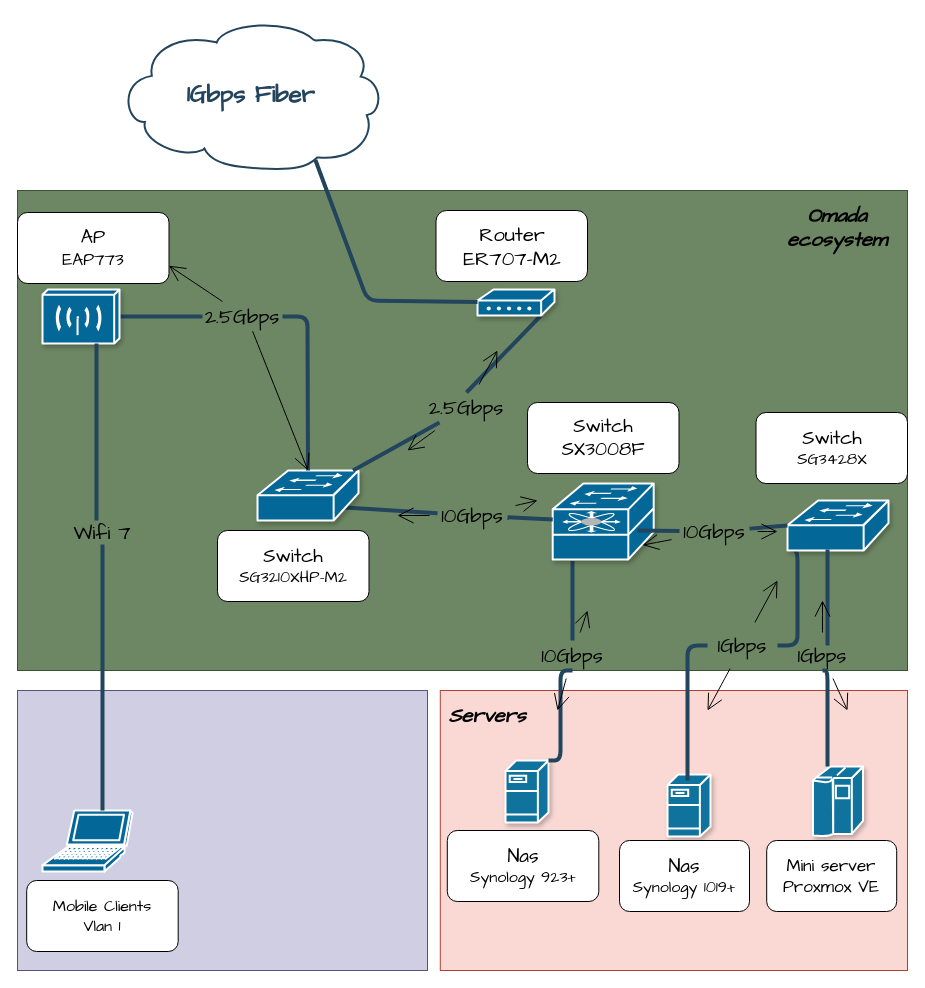
Before: Homelab.drawio in TimJvandenBerg/homelab, a draw.io diagram. Source tidied: cells renumbered, new cells numbered last; positions are measured from the earlier drawing's top-left corner, leaving out a move shared by most shapes. Both pictures are drawn from the tidied source at 100%, with x=0, y=0 at pixel (17, 18).
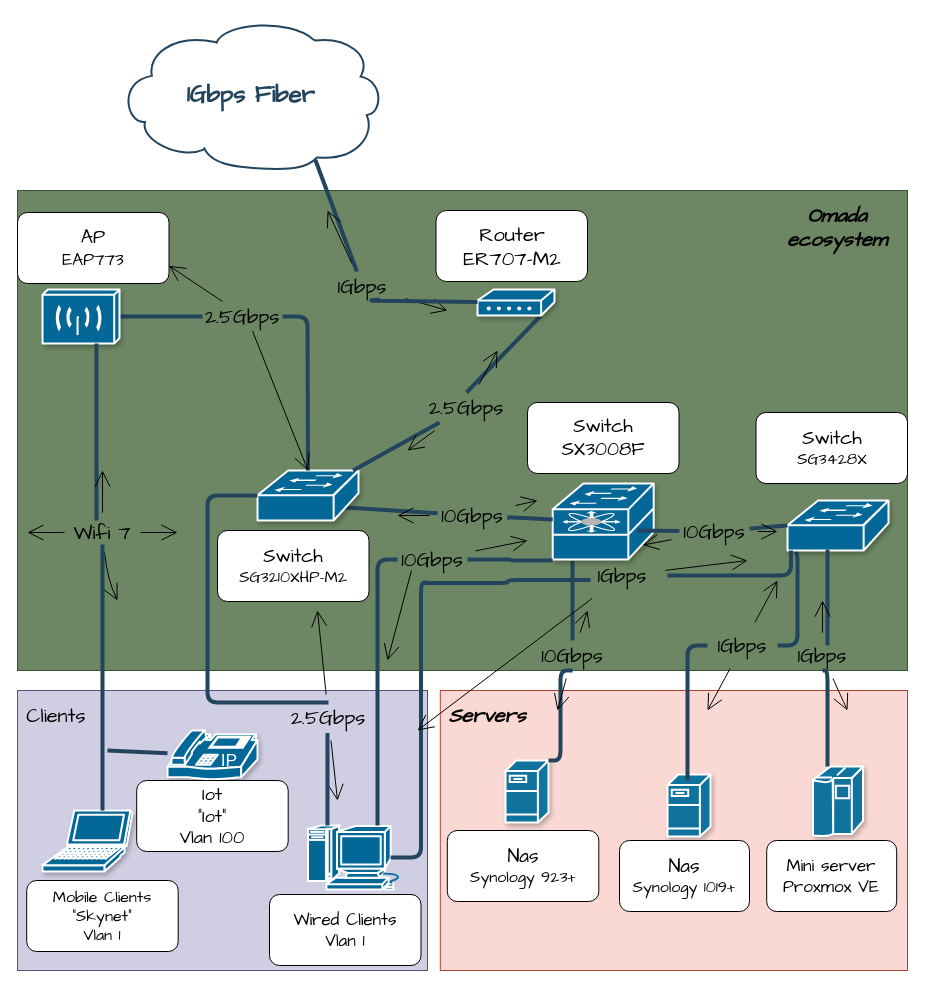
After the change.

Unchanged cells that the change refers to:
```xml
<mxCell id="7" value="&lt;div&gt;&lt;font face=&quot;Architects Daughter&quot;&gt;1Gbps Fiber&lt;/font&gt;&lt;/div&gt;" style="shape=mxgraph.cisco.storage.cloud;html=1;dashed=0;strokeColor=#23445D;fillColor=#ffffff;strokeWidth=2;fontFamily=Helvetica;fontSize=24;fontColor=#23445D;align=center;fontStyle=1;" parent="1" vertex="1">
  <mxGeometry x="100" width="266" height="151" as="geometry" />
</mxCell>
<mxCell id="14" style="shape=mxgraph.cisco.modems_and_phones.modem;sketch=0;html=1;dashed=0;fillColor=#036897;strokeColor=#ffffff;strokeWidth=2;verticalLabelPosition=bottom;verticalAlign=top;align=center;outlineConnect=0;fontFamily=Architects Daughter;shadow=1;" parent="1" vertex="1">
  <mxGeometry x="460" y="271" width="77" height="26" as="geometry" />
</mxCell>
<mxCell id="17" style="shape=mxgraph.cisco.switches.fibre_channel_fabric_switch;html=1;dashed=0;fillColor=#036897;strokeColor=#ffffff;strokeWidth=2;verticalLabelPosition=bottom;verticalAlign=top;align=center;outlineConnect=0;fontFamily=Architects Daughter;shadow=1;" parent="1" vertex="1">
  <mxGeometry x="535.2" y="465" width="101" height="77" as="geometry" />
</mxCell>
<mxCell id="19" style="shape=mxgraph.cisco.switches.workgroup_switch;sketch=0;html=1;dashed=0;fillColor=#036897;strokeColor=#ffffff;strokeWidth=2;verticalLabelPosition=bottom;verticalAlign=top;align=center;outlineConnect=0;fontFamily=Architects Daughter;shadow=1;" parent="1" vertex="1">
  <mxGeometry x="240" y="452" width="101" height="50" as="geometry" />
</mxCell>
<mxCell id="36" style="shape=mxgraph.cisco.switches.workgroup_switch;sketch=0;html=1;dashed=0;fillColor=#036897;strokeColor=#ffffff;strokeWidth=2;verticalLabelPosition=bottom;verticalAlign=top;align=center;outlineConnect=0;fontFamily=Architects Daughter;shadow=1;" parent="1" vertex="1">
  <mxGeometry x="770" y="482" width="101" height="50" as="geometry" />
</mxCell>
<mxCell id="63" value="&lt;div&gt;Wifi 7&lt;/div&gt;" style="text;strokeColor=none;fillColor=none;html=1;align=center;verticalAlign=middle;whiteSpace=wrap;rounded=0;fontSize=20;fontFamily=Architects Daughter;" parent="1" vertex="1">
  <mxGeometry x="55" y="502" width="60" height="24" as="geometry" />
</mxCell>
```

What changed in the source:
```diff
@@
-    <mxCell id="16" style="elbow=horizontal;endArrow=none;html=1;strokeColor=#23445D;endFill=0;strokeWidth=4;rounded=1;entryX=0.744;entryY=0.937;entryDx=0;entryDy=0;entryPerimeter=0;" parent="1" edge="1" source="14" target="7">
-      <mxGeometry relative="1" as="geometry">
-        <Array as="points">
-          <mxPoint x="350" y="282" />
-        </Array>
-      </mxGeometry>
+    <mxCell id="16" style="elbow=horizontal;endArrow=none;html=1;strokeColor=#23445D;endFill=0;strokeWidth=4;rounded=1;entryX=0.744;entryY=0.937;entryDx=0;entryDy=0;entryPerimeter=0;" parent="1" edge="1" source="90" target="7">
+      <mxGeometry relative="1" as="geometry" />
     </mxCell>
@@
-    <mxCell id="60" style="shape=mxgraph.cisco.computers_and_peripherals.laptop;sketch=0;html=1;dashed=0;fillColor=#036897;strokeColor=#ffffff;strokeWidth=2;verticalLabelPosition=bottom;verticalAlign=top;align=center;outlineConnect=0;fontFamily=Architects Daughter;" parent="1" vertex="1">
+    <mxCell id="60" style="shape=mxgraph.cisco.computers_and_peripherals.laptop;sketch=0;html=1;dashed=0;fillColor=#036897;strokeColor=#ffffff;strokeWidth=2;verticalLabelPosition=bottom;verticalAlign=top;align=center;outlineConnect=0;fontFamily=Architects Daughter;shadow=1;" parent="1" vertex="1">
       <mxGeometry x="25" y="792" width="90" height="61" as="geometry" />
     </mxCell>
@@
+    <mxCell id="66" style="edgeStyle=none;curved=1;rounded=0;jettySize=auto;html=1;fontFamily=Architects Daughter;fontSize=16;startSize=14;endArrow=open;endSize=14;sourcePerimeterSpacing=8;targetPerimeterSpacing=8;" parent="1" edge="1" source="63">
+      <mxGeometry relative="1" as="geometry">
+        <mxPoint x="100" y="582" as="targetPoint" />
+        <Array as="points">
+          <mxPoint x="90" y="562" />
+        </Array>
+      </mxGeometry>
+    </mxCell>
+    <mxCell id="67" style="edgeStyle=none;curved=1;rounded=0;jettySize=auto;html=1;fontFamily=Architects Daughter;fontSize=16;startSize=14;endArrow=open;endSize=14;sourcePerimeterSpacing=8;targetPerimeterSpacing=8;" parent="1" edge="1" source="63">
+      <mxGeometry relative="1" as="geometry">
+        <mxPoint x="160" y="514" as="targetPoint" />
+      </mxGeometry>
+    </mxCell>
+    <mxCell id="68" style="edgeStyle=none;curved=1;rounded=0;jettySize=auto;html=1;fontFamily=Architects Daughter;fontSize=16;startSize=14;endArrow=open;endSize=14;sourcePerimeterSpacing=8;targetPerimeterSpacing=8;" parent="1" edge="1" source="63">
+      <mxGeometry relative="1" as="geometry">
+        <mxPoint x="85" y="452" as="targetPoint" />
+      </mxGeometry>
+    </mxCell>
+    <mxCell id="69" style="edgeStyle=none;curved=1;rounded=0;jettySize=auto;html=1;fontFamily=Architects Daughter;fontSize=16;startSize=14;endArrow=open;endSize=14;sourcePerimeterSpacing=8;targetPerimeterSpacing=8;" parent="1" edge="1" source="63">
+      <mxGeometry relative="1" as="geometry">
+        <mxPoint x="10" y="514" as="targetPoint" />
+      </mxGeometry>
+    </mxCell>
@@
-    <mxCell id="65" value="&lt;div&gt;&lt;font style=&quot;font-size: 16px;&quot;&gt;Mobile Clients&lt;/font&gt;&lt;/div&gt;&lt;div&gt;&lt;font style=&quot;font-size: 16px;&quot;&gt;Vlan 1&lt;/font&gt;&lt;/div&gt;" style="rounded=1;whiteSpace=wrap;html=1;fontFamily=Architects Daughter;arcSize=14;" parent="1" vertex="1">
+    <mxCell id="65" value="&lt;div&gt;&lt;font style=&quot;font-size: 16px;&quot;&gt;Mobile Clients&lt;/font&gt;&lt;/div&gt;&lt;div&gt;&lt;font style=&quot;font-size: 16px;&quot;&gt;&quot;Skynet&quot;&lt;/font&gt;&lt;/div&gt;&lt;div&gt;&lt;font style=&quot;font-size: 16px;&quot;&gt;Vlan 1&lt;/font&gt;&lt;/div&gt;" style="rounded=1;whiteSpace=wrap;html=1;fontFamily=Architects Daughter;arcSize=14;" parent="1" vertex="1">
       <mxGeometry x="9.2" y="862" width="151.5" height="71" as="geometry" />
     </mxCell>
+    <mxCell id="70" style="shape=mxgraph.cisco.modems_and_phones.ip_phone;sketch=0;html=1;dashed=0;fillColor=#036897;strokeColor=#ffffff;strokeWidth=2;verticalLabelPosition=bottom;verticalAlign=top;align=center;outlineConnect=0;fontFamily=Architects Daughter;shadow=1;" parent="1" vertex="1">
+      <mxGeometry x="150" y="712" width="90" height="50" as="geometry" />
+    </mxCell>
+    <mxCell id="71" style="elbow=horizontal;endArrow=none;html=1;strokeColor=#23445D;endFill=0;strokeWidth=4;rounded=1;" parent="1" edge="1" source="70">
+      <mxGeometry relative="1" as="geometry">
+        <mxPoint x="90" y="732" as="targetPoint" />
+      </mxGeometry>
+    </mxCell>
+    <mxCell id="72" value="&lt;div&gt;&lt;font style=&quot;font-size: 18px;&quot;&gt;Iot&lt;/font&gt;&lt;/div&gt;&lt;div&gt;&lt;font style=&quot;font-size: 18px;&quot;&gt;&quot;Iot&quot;&lt;/font&gt;&lt;/div&gt;&lt;div&gt;&lt;font style=&quot;font-size: 18px;&quot;&gt;Vlan 100&lt;/font&gt;&lt;/div&gt;" style="rounded=1;whiteSpace=wrap;html=1;fontFamily=Architects Daughter;arcSize=14;" parent="1" vertex="1">
+      <mxGeometry x="119.2" y="762" width="151.5" height="71" as="geometry" />
+    </mxCell>
+    <mxCell id="73" style="shape=mxgraph.cisco.computers_and_peripherals.macintosh;sketch=0;html=1;dashed=0;fillColor=#036897;strokeColor=#ffffff;strokeWidth=2;verticalLabelPosition=bottom;verticalAlign=top;align=center;outlineConnect=0;fontFamily=Architects Daughter;" parent="1" vertex="1">
+      <mxGeometry x="290" y="807" width="99" height="64" as="geometry" />
+    </mxCell>
+    <mxCell id="74" value="&lt;div&gt;&lt;font style=&quot;font-size: 17px;&quot;&gt;Wired Clients&lt;/font&gt;&lt;/div&gt;&lt;div&gt;&lt;font style=&quot;font-size: 17px;&quot;&gt;Vlan 1&lt;/font&gt;&lt;/div&gt;" style="rounded=1;whiteSpace=wrap;html=1;fontFamily=Architects Daughter;arcSize=14;" parent="1" vertex="1">
+      <mxGeometry x="252" y="876" width="151.5" height="71" as="geometry" />
+    </mxCell>
+    <mxCell id="75" value="&lt;div&gt;Clients&lt;/div&gt;" style="text;strokeColor=none;fillColor=none;html=1;align=center;verticalAlign=middle;whiteSpace=wrap;rounded=0;fontSize=20;fontFamily=Architects Daughter;" parent="1" vertex="1">
+      <mxGeometry x="9.2" y="682" width="60" height="30" as="geometry" />
+    </mxCell>
+    <mxCell id="76" style="edgeStyle=elbowEdgeStyle;elbow=horizontal;endArrow=none;html=1;strokeColor=#23445D;endFill=0;strokeWidth=4;rounded=1;exitX=0;exitY=0.75;exitDx=0;exitDy=0;" parent="1" edge="1">
+      <mxGeometry relative="1" as="geometry">
+        <mxPoint x="573" y="561.5" as="sourcePoint" />
+        <mxPoint x="406.5" y="564.5" as="targetPoint" />
+      </mxGeometry>
+    </mxCell>
+    <mxCell id="77" style="edgeStyle=elbowEdgeStyle;elbow=horizontal;endArrow=none;html=1;strokeColor=#23445D;endFill=0;strokeWidth=4;rounded=1;exitX=0.84;exitY=0.5;exitDx=0;exitDy=0;exitPerimeter=0;" parent="1" edge="1" source="73">
+      <mxGeometry relative="1" as="geometry">
+        <mxPoint x="410" y="564" as="targetPoint" />
+        <Array as="points">
+          <mxPoint x="403.5" y="770" />
+        </Array>
+      </mxGeometry>
+    </mxCell>
+    <mxCell id="78" style="edgeStyle=none;curved=1;rounded=0;jettySize=auto;html=1;fontFamily=Architects Daughter;fontSize=16;startSize=14;endArrow=open;endSize=14;sourcePerimeterSpacing=8;targetPerimeterSpacing=8;" parent="1" edge="1" source="84">
+      <mxGeometry relative="1" as="geometry">
+        <mxPoint x="400" y="712" as="targetPoint" />
+      </mxGeometry>
+    </mxCell>
+    <mxCell id="79" style="edgeStyle=elbowEdgeStyle;elbow=horizontal;endArrow=none;html=1;strokeColor=#23445D;endFill=0;strokeWidth=4;rounded=1;exitX=0;exitY=0.5;exitDx=0;exitDy=0;" parent="1" edge="1" source="86" target="73">
+      <mxGeometry relative="1" as="geometry">
+        <Array as="points">
+          <mxPoint x="360" y="662" />
+        </Array>
+      </mxGeometry>
+    </mxCell>
+    <mxCell id="80" style="edgeStyle=none;curved=1;rounded=0;jettySize=auto;html=1;fontFamily=Architects Daughter;fontSize=16;startSize=14;endArrow=open;endSize=14;sourcePerimeterSpacing=8;targetPerimeterSpacing=8;" parent="1" edge="1" source="84">
+      <mxGeometry relative="1" as="geometry">
+        <mxPoint x="730" y="542" as="targetPoint" />
+      </mxGeometry>
+    </mxCell>
+    <mxCell id="81" style="edgeStyle=none;curved=1;rounded=0;jettySize=auto;html=1;fontFamily=Architects Daughter;fontSize=16;startSize=14;endArrow=open;endSize=14;sourcePerimeterSpacing=8;targetPerimeterSpacing=8;" parent="1" edge="1" source="86">
+      <mxGeometry relative="1" as="geometry">
+        <mxPoint x="510" y="522" as="targetPoint" />
+        <Array as="points">
+          <mxPoint x="460" y="532" />
+        </Array>
+      </mxGeometry>
+    </mxCell>
+    <mxCell id="82" style="edgeStyle=none;curved=1;rounded=0;orthogonalLoop=1;jettySize=auto;html=1;fontFamily=Architects Daughter;fontSize=16;startSize=14;endArrow=open;endSize=14;sourcePerimeterSpacing=8;targetPerimeterSpacing=8;" parent="1" edge="1">
+      <mxGeometry relative="1" as="geometry">
+        <mxPoint x="394" y="552" as="sourcePoint" />
+        <mxPoint x="370" y="642" as="targetPoint" />
+      </mxGeometry>
+    </mxCell>
+    <mxCell id="83" style="edgeStyle=elbowEdgeStyle;elbow=horizontal;endArrow=none;html=1;strokeColor=#23445D;endFill=0;strokeWidth=4;rounded=1;" parent="1" edge="1" source="36">
+      <mxGeometry relative="1" as="geometry">
+        <mxPoint x="650" y="557" as="targetPoint" />
+        <Array as="points">
+          <mxPoint x="773.5" y="582.5" />
+        </Array>
+      </mxGeometry>
+    </mxCell>
+    <mxCell id="84" value="&lt;div&gt;1Gbps&lt;/div&gt;" style="text;strokeColor=none;fillColor=none;html=1;align=center;verticalAlign=middle;whiteSpace=wrap;rounded=0;fontSize=20;fontFamily=Architects Daughter;" parent="1" vertex="1">
+      <mxGeometry x="570" y="542" width="70" height="30" as="geometry" />
+    </mxCell>
+    <mxCell id="85" style="edgeStyle=elbowEdgeStyle;elbow=horizontal;endArrow=none;html=1;strokeColor=#23445D;endFill=0;strokeWidth=4;rounded=1;exitX=0;exitY=1;exitDx=0;exitDy=0;exitPerimeter=0;" parent="1" edge="1" source="17" target="86">
+      <mxGeometry relative="1" as="geometry" />
+    </mxCell>
+    <mxCell id="86" value="&lt;div&gt;10Gbps&lt;/div&gt;" style="text;strokeColor=none;fillColor=none;html=1;align=center;verticalAlign=middle;whiteSpace=wrap;rounded=0;fontSize=20;fontFamily=Architects Daughter;" parent="1" vertex="1">
+      <mxGeometry x="380" y="526" width="70" height="30" as="geometry" />
+    </mxCell>
+    <mxCell id="87" style="edgeStyle=none;curved=1;rounded=0;jettySize=auto;html=1;fontFamily=Architects Daughter;fontSize=16;startSize=14;endArrow=open;endSize=14;sourcePerimeterSpacing=8;targetPerimeterSpacing=8;" parent="1" edge="1" source="90">
+      <mxGeometry relative="1" as="geometry">
+        <mxPoint x="310" y="192" as="targetPoint" />
+      </mxGeometry>
+    </mxCell>
+    <mxCell id="88" style="edgeStyle=none;curved=1;rounded=0;jettySize=auto;html=1;fontFamily=Architects Daughter;fontSize=16;startSize=14;endArrow=open;endSize=14;sourcePerimeterSpacing=8;targetPerimeterSpacing=8;" parent="1" edge="1" source="90">
+      <mxGeometry relative="1" as="geometry">
+        <mxPoint x="430" y="292" as="targetPoint" />
+      </mxGeometry>
+    </mxCell>
+    <mxCell id="89" style="elbow=horizontal;endArrow=none;html=1;strokeColor=#23445D;endFill=0;strokeWidth=4;rounded=1;entryX=0.744;entryY=0.937;entryDx=0;entryDy=0;entryPerimeter=0;" parent="1" edge="1" source="14" target="90">
+      <mxGeometry relative="1" as="geometry">
+        <Array as="points">
+          <mxPoint x="350" y="282" />
+        </Array>
+      </mxGeometry>
+    </mxCell>
+    <mxCell id="90" value="&lt;div&gt;1Gbps&lt;/div&gt;" style="text;strokeColor=none;fillColor=none;html=1;align=center;verticalAlign=middle;whiteSpace=wrap;rounded=0;fontSize=20;fontFamily=Architects Daughter;" parent="1" vertex="1">
+      <mxGeometry x="310" y="253" width="70" height="30" as="geometry" />
+    </mxCell>
+    <mxCell id="91" style="edgeStyle=elbowEdgeStyle;elbow=horizontal;endArrow=none;html=1;strokeColor=#23445D;endFill=0;strokeWidth=4;rounded=1;exitX=0.5;exitY=0;exitDx=0;exitDy=0;" parent="1" edge="1" source="94" target="19">
+      <mxGeometry relative="1" as="geometry">
+        <Array as="points">
+          <mxPoint x="190" y="552" />
+        </Array>
+      </mxGeometry>
+    </mxCell>
+    <mxCell id="92" style="edgeStyle=none;curved=1;rounded=0;jettySize=auto;html=1;fontFamily=Architects Daughter;fontSize=16;startSize=14;endArrow=open;endSize=14;sourcePerimeterSpacing=8;targetPerimeterSpacing=8;" parent="1" edge="1" source="94">
+      <mxGeometry relative="1" as="geometry">
+        <mxPoint x="320" y="782" as="targetPoint" />
+      </mxGeometry>
+    </mxCell>
+    <mxCell id="93" style="edgeStyle=none;curved=1;rounded=0;jettySize=auto;html=1;fontFamily=Architects Daughter;fontSize=16;startSize=14;endArrow=open;endSize=14;sourcePerimeterSpacing=8;targetPerimeterSpacing=8;" parent="1" edge="1" source="94">
+      <mxGeometry relative="1" as="geometry">
+        <mxPoint x="300" y="592" as="targetPoint" />
+      </mxGeometry>
+    </mxCell>
+    <mxCell id="94" value="2.5Gbps" style="text;strokeColor=none;fillColor=none;html=1;align=center;verticalAlign=middle;whiteSpace=wrap;rounded=0;fontSize=20;fontFamily=Architects Daughter;" parent="1" vertex="1">
+      <mxGeometry x="281" y="684" width="60" height="30" as="geometry" />
+    </mxCell>
+    <mxCell id="95" style="edgeStyle=elbowEdgeStyle;elbow=horizontal;endArrow=none;html=1;strokeColor=#23445D;endFill=0;strokeWidth=4;rounded=1;entryX=0.5;entryY=1;entryDx=0;entryDy=0;" parent="1" edge="1" source="73">
+      <mxGeometry relative="1" as="geometry">
+        <mxPoint x="310" y="714.5" as="targetPoint" />
+      </mxGeometry>
+    </mxCell>
```
